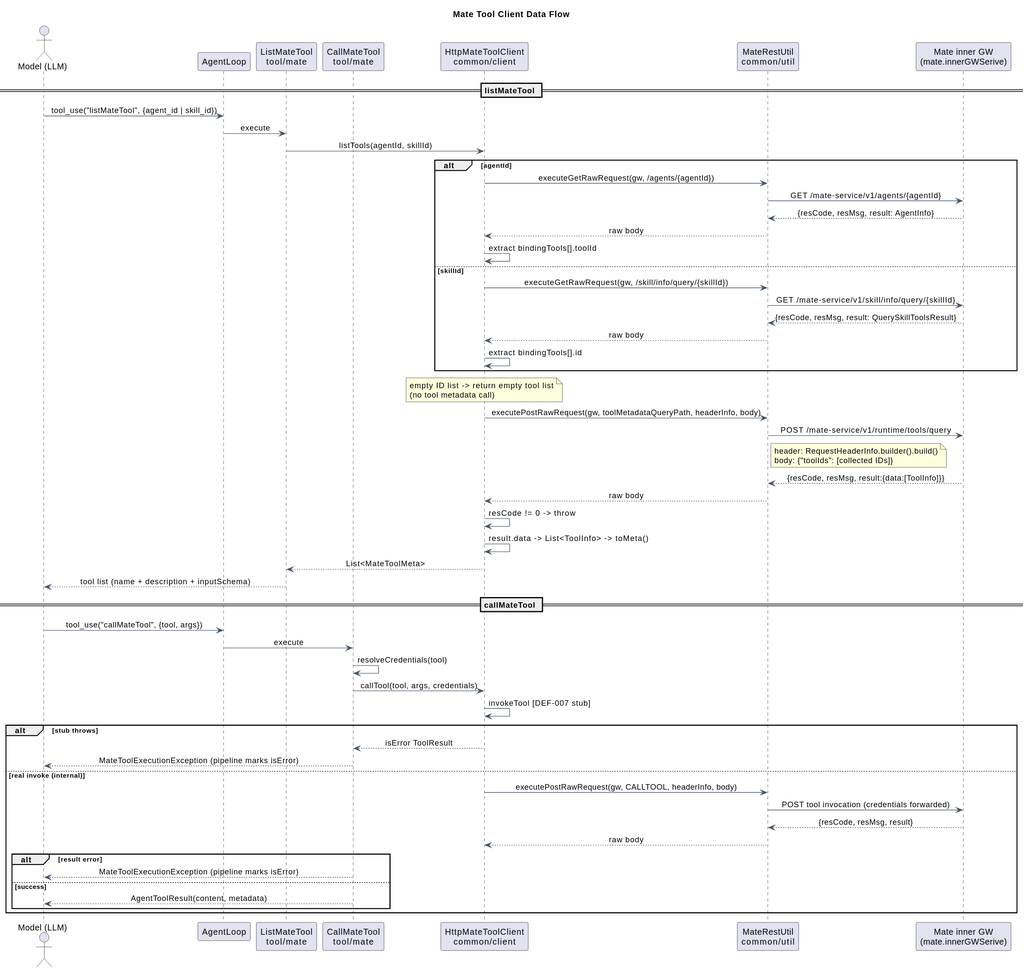
Earlier version of the PlantUML export docs/designs/mate-tool-client/mate_tool_client_dataflow.svg (2862282695gjh-afk/pi-mono-java). Source of this version:
```plantuml
@startuml

skinparam backgroundColor white
skinparam shadowing false
skinparam ArrowColor #475569
skinparam SequenceMessageAlignment center

title Mate Tool Client Data Flow

actor "Model (LLM)" as llm
participant "AgentLoop" as loop
participant "ListMateTool\ntool/mate" as listTool
participant "CallMateTool\ntool/mate" as callTool
participant "HttpMateToolClient\ncommon/client" as http
participant "MateRestUtil\ncommon/util" as rest
participant "Mate inner GW\n(mate.innerGWSerive)" as gw

== listMateTool ==
llm -> loop: tool_use("listMateTool", {agent_id | skill_id})
loop -> listTool: execute
listTool -> http: listTools(agentId, skillId)
alt agentId
  http -> rest: executeGetRawRequest(gw, /agents/{agentId})
  rest -> gw: GET /mate-service/v1/agents/{agentId}
  gw --> rest: {resCode, resMsg, result: AgentInfo}
  rest --> http: raw body
  http -> http: extract bindingTools[].toolId
else skillId
  http -> rest: executeGetRawRequest(gw, /skill/info/query/{skillId})
  rest -> gw: GET /mate-service/v1/skill/info/query/{skillId}
  gw --> rest: {resCode, resMsg, result: QuerySkillToolsResult}
  rest --> http: raw body
  http -> http: extract bindingTools[].id
end
note over http
  empty ID list -> return empty tool list
  (no tool metadata call)
end note
http -> rest: executePostRawRequest(gw, toolMetadataQueryPath, headerInfo, body)
rest -> gw: POST /mate-service/v1/runtime/tools/query
note right of rest
  header: RequestHeaderInfo.builder().build()
  body: {"toolIds": [collected IDs]}
end note
gw --> rest: {resCode, resMsg, result:{data:[ToolInfo]}}
rest --> http: raw body
http -> http: resCode != 0 -> throw
http -> http: result.data -> List<ToolInfo> -> toMeta()
http --> listTool: List<MateToolMeta>
listTool --> llm: tool list (name + description + inputSchema)

== callMateTool ==
llm -> loop: tool_use("callMateTool", {tool, args})
loop -> callTool: execute
callTool -> callTool: resolveCredentials(tool)
callTool -> http: callTool(tool, args, credentials)
http -> http: invokeTool [DEF-007 stub]
alt stub throws
  http --> callTool: isError ToolResult
  callTool --> llm: MateToolExecutionException (pipeline marks isError)
else real invoke (internal)
  http -> rest: executePostRawRequest(gw, CALLTOOL, headerInfo, body)
  rest -> gw: POST tool invocation (credentials forwarded)
  gw --> rest: {resCode, resMsg, result}
  rest --> http: raw body
  alt result error
    callTool --> llm: MateToolExecutionException (pipeline marks isError)
  else success
    callTool --> llm: AgentToolResult(content, metadata)
  end
end
@enduml
```
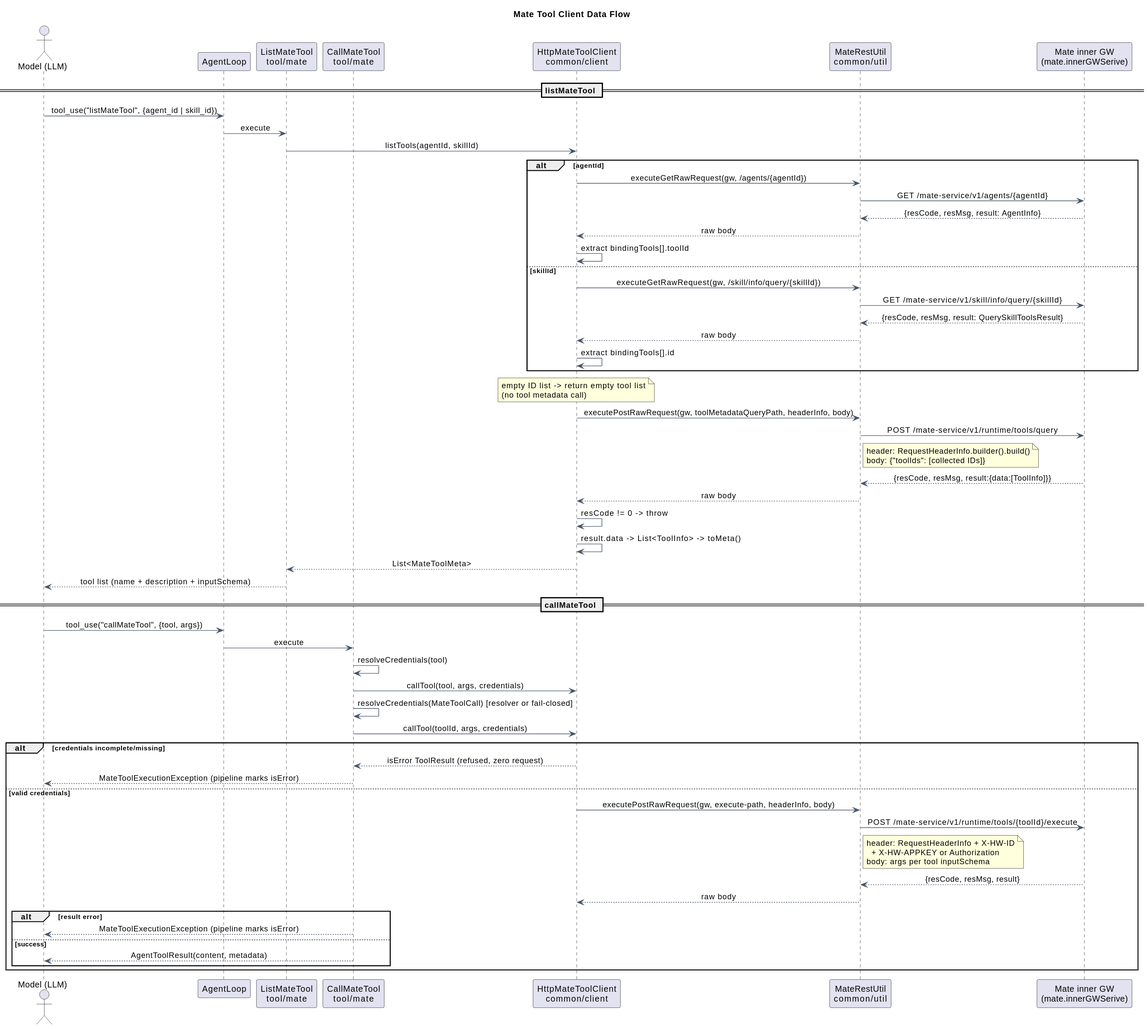
After the change.

Diff of the diagram source:
```diff
@@ -54,13 +54,19 @@
 loop -> callTool: execute
 callTool -> callTool: resolveCredentials(tool)
 callTool -> http: callTool(tool, args, credentials)
-http -> http: invokeTool [DEF-007 stub]
-alt stub throws
-  http --> callTool: isError ToolResult
+callTool -> callTool: resolveCredentials(MateToolCall) [resolver or fail-closed]
+callTool -> http: callTool(toolId, args, credentials)
+alt credentials incomplete/missing
+  http --> callTool: isError ToolResult (refused, zero request)
   callTool --> llm: MateToolExecutionException (pipeline marks isError)
-else real invoke (internal)
-  http -> rest: executePostRawRequest(gw, CALLTOOL, headerInfo, body)
-  rest -> gw: POST tool invocation (credentials forwarded)
+else valid credentials
+  http -> rest: executePostRawRequest(gw, execute-path, headerInfo, body)
+  rest -> gw: POST /mate-service/v1/runtime/tools/{toolId}/execute
+  note right of rest
+    header: RequestHeaderInfo + X-HW-ID
+      + X-HW-APPKEY or Authorization
+    body: args per tool inputSchema
+  end note
   gw --> rest: {resCode, resMsg, result}
   rest --> http: raw body
   alt result error
```
